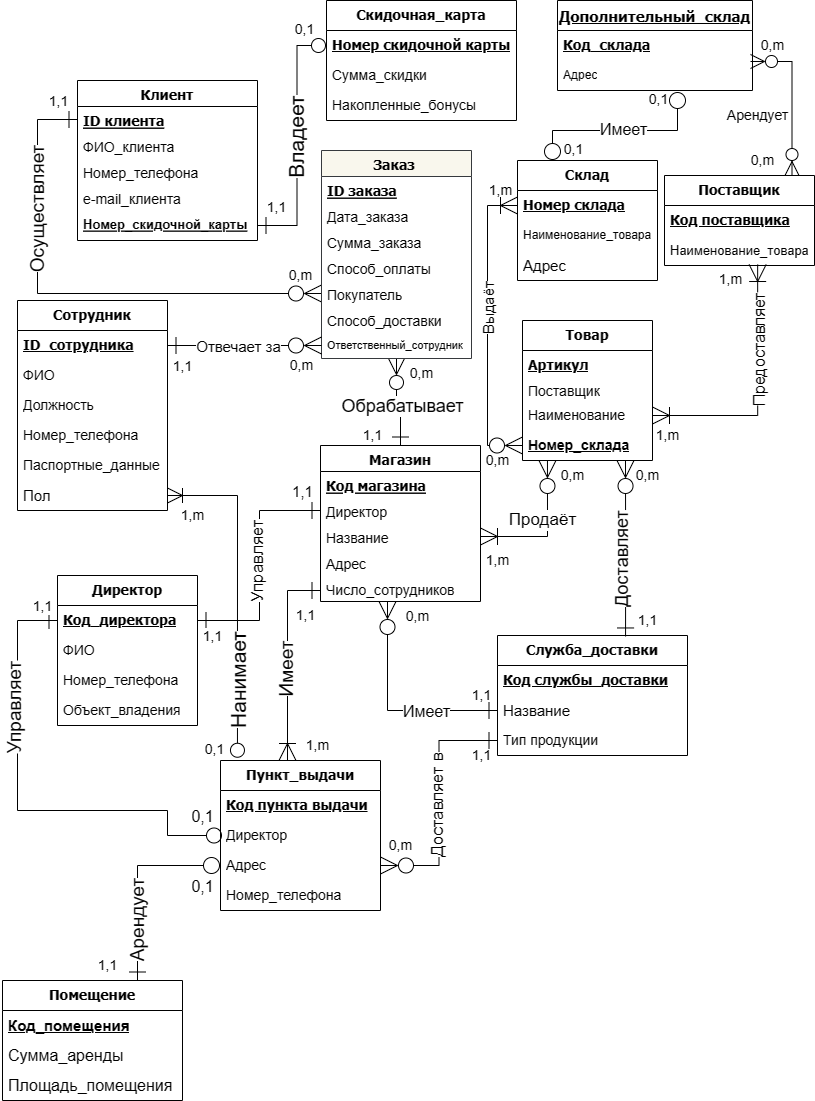
Earlier version of the draw.io export д1.png (danielsteblev/Tasks). Source tidied: cells renumbered, new cells last; positions are measured from the earlier drawing's top-left corner, leaving out a move shared by most shapes.
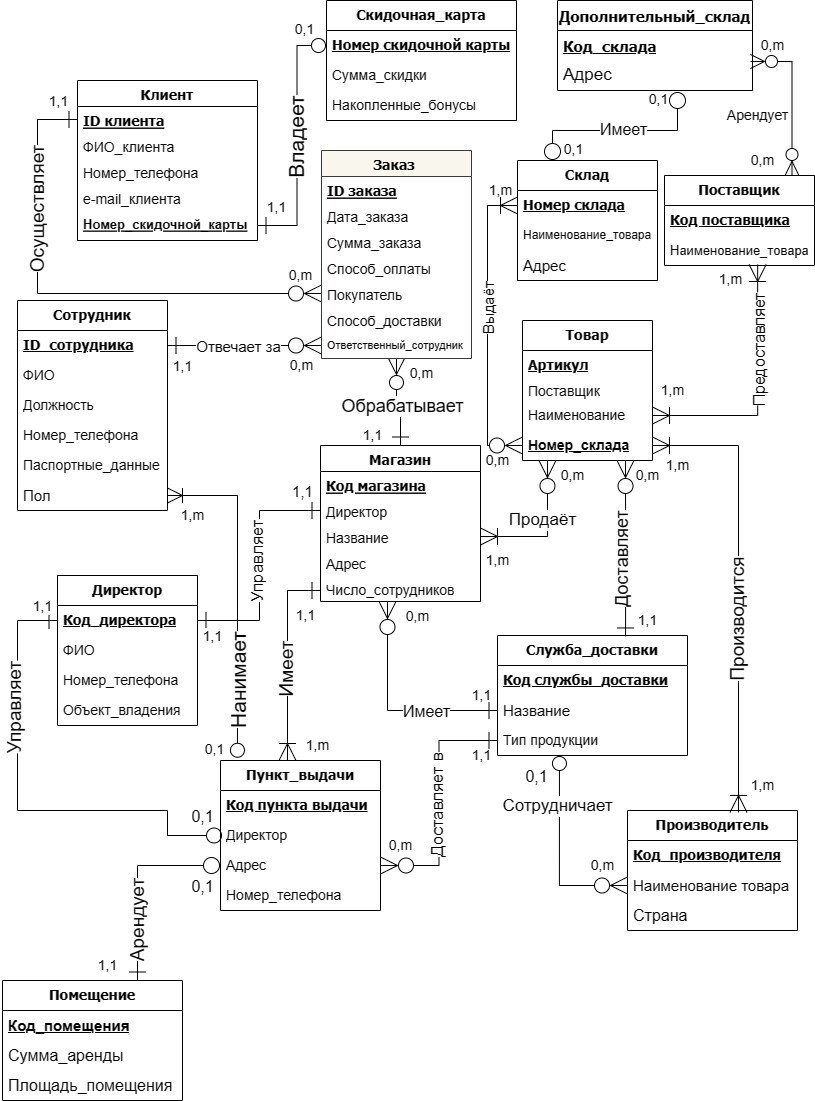
Later version of the same file.

Change to the diagram source:
```diff
@@ -176,7 +176,7 @@
       </mxGeometry>
     </mxCell>
     <mxCell id="51" value="1,m" style="text;html=1;align=center;verticalAlign=middle;strokeColor=none;fillColor=none;fontSize=14;" parent="1" vertex="1">
-      <mxGeometry x="640" y="420" width="50" height="30" as="geometry" />
+      <mxGeometry x="645" y="375" width="50" height="30" as="geometry" />
     </mxCell>
     <mxCell id="52" value="Сотрудник" style="swimlane;fontStyle=1;horizontal=1;startSize=30;whiteSpace=wrap;html=1;fontSize=14;fontFamily=Tahoma;" parent="1" vertex="1">
       <mxGeometry x="15" y="300" width="150" height="210" as="geometry" />
@@ -441,13 +441,13 @@
     <mxCell id="119" value="1,1" style="text;html=1;align=center;verticalAlign=middle;strokeColor=none;fillColor=none;fontSize=14;" parent="1" vertex="1">
       <mxGeometry x="85" y="950" width="40" height="30" as="geometry" />
     </mxCell>
-    <mxCell id="120" value="Дополнительный_склад" style="swimlane;fontStyle=5;horizontal=1;startSize=30;whiteSpace=wrap;html=1;strokeWidth=1;fontSize=15;fontFamily=Tahoma;" parent="1" vertex="1">
+    <mxCell id="120" value="Дополнительный_склад" style="swimlane;fontStyle=1;horizontal=1;startSize=30;whiteSpace=wrap;html=1;strokeWidth=1;fontSize=15;fontFamily=Tahoma;" parent="1" vertex="1">
       <mxGeometry x="555" width="195" height="90" as="geometry" />
     </mxCell>
-    <mxCell id="121" value="Код_склада" style="text;strokeColor=none;fillColor=none;align=left;verticalAlign=middle;spacingLeft=4;spacingRight=4;overflow=hidden;whiteSpace=wrap;html=1;fontStyle=5;fontFamily=Tahoma;fontSize=14;" parent="120" vertex="1">
+    <mxCell id="121" value="Код_склада" style="text;strokeColor=none;fillColor=none;align=left;verticalAlign=middle;spacingLeft=4;spacingRight=4;overflow=hidden;whiteSpace=wrap;html=1;fontStyle=5;fontFamily=Tahoma;fontSize=15;" parent="120" vertex="1">
       <mxGeometry y="30" width="195" height="30" as="geometry" />
     </mxCell>
-    <mxCell id="122" value="Адрес" style="text;strokeColor=none;fillColor=none;align=left;verticalAlign=middle;spacingLeft=4;spacingRight=4;overflow=hidden;whiteSpace=wrap;html=1;" parent="120" vertex="1">
+    <mxCell id="122" value="Адрес" style="text;strokeColor=none;fillColor=none;align=left;verticalAlign=middle;spacingLeft=4;spacingRight=4;overflow=hidden;whiteSpace=wrap;html=1;fontSize=17;" parent="120" vertex="1">
       <mxGeometry y="60" width="195" height="30" as="geometry" />
     </mxCell>
     <mxCell id="123" style="edgeStyle=orthogonalEdgeStyle;rounded=0;jettySize=auto;html=1;endSize=7;targetPerimeterSpacing=16;endArrow=circle;endFill=0;startArrow=oval;startFill=0;startSize=16;entryX=0.25;entryY=0;entryDx=0;entryDy=0;" parent="1" edge="1" target="38">
@@ -499,5 +499,47 @@
     <mxCell id="133" value="1,m&lt;br style=&quot;font-size: 14px;&quot;&gt;" style="text;html=1;align=center;verticalAlign=middle;strokeColor=none;fillColor=none;fontSize=14;" parent="1" vertex="1">
       <mxGeometry x="165" y="500" width="50" height="30" as="geometry" />
     </mxCell>
+    <mxCell id="134" value="&lt;b&gt;&lt;font face=&quot;Tahoma&quot; style=&quot;font-size: 14px;&quot;&gt;Производитель&lt;/font&gt;&lt;/b&gt;" style="swimlane;fontStyle=0;horizontal=1;startSize=30;whiteSpace=wrap;html=1;" parent="1" vertex="1">
+      <mxGeometry x="625" y="810" width="170" height="120" as="geometry" />
+    </mxCell>
+    <mxCell id="135" value="Код_производителя" style="text;strokeColor=none;fillColor=none;align=left;verticalAlign=middle;spacingLeft=4;spacingRight=4;overflow=hidden;whiteSpace=wrap;html=1;fontSize=14;fontFamily=Tahoma;fontStyle=5;" parent="134" vertex="1">
+      <mxGeometry y="30" width="170" height="30" as="geometry" />
+    </mxCell>
+    <mxCell id="136" value="Наименование товара" style="text;strokeColor=none;fillColor=none;align=left;verticalAlign=middle;spacingLeft=4;spacingRight=4;overflow=hidden;points=[[0,0.5],[1,0.5]];portConstraint=eastwest;whiteSpace=wrap;html=1;fontSize=15;" parent="134" vertex="1">
+      <mxGeometry y="60" width="170" height="30" as="geometry" />
+    </mxCell>
+    <mxCell id="137" value="Страна" style="text;strokeColor=none;fillColor=none;align=left;verticalAlign=middle;spacingLeft=4;spacingRight=4;overflow=hidden;whiteSpace=wrap;html=1;fontSize=16;" parent="134" vertex="1">
+      <mxGeometry y="90" width="170" height="30" as="geometry" />
+    </mxCell>
+    <mxCell id="138" style="edgeStyle=orthogonalEdgeStyle;rounded=0;jettySize=auto;html=1;exitX=1;exitY=0.5;exitDx=0;exitDy=0;entryX=0.653;entryY=0.016;entryDx=0;entryDy=0;entryPerimeter=0;endSize=15;startSize=15;endArrow=ERoneToMany;endFill=0;startArrow=ERoneToMany;startFill=0;" parent="1" edge="1" source="34" target="134">
+      <mxGeometry relative="1" as="geometry" />
+    </mxCell>
+    <mxCell id="139" value="Производится" style="edgeLabel;html=1;align=center;verticalAlign=middle;fontSize=19;rotation=270;" parent="138" vertex="1">
+      <mxGeometry x="0.56" y="-3" relative="1" as="geometry">
+        <mxPoint x="2" y="-93" as="offset" />
+      </mxGeometry>
+    </mxCell>
+    <mxCell id="140" value="1,m" style="text;html=1;align=center;verticalAlign=middle;strokeColor=none;fillColor=none;fontSize=14;" parent="1" vertex="1">
+      <mxGeometry x="650" y="450" width="50" height="30" as="geometry" />
+    </mxCell>
+    <mxCell id="141" value="1,m" style="text;html=1;align=center;verticalAlign=middle;strokeColor=none;fillColor=none;fontSize=14;" parent="1" vertex="1">
+      <mxGeometry x="735" y="770" width="50" height="30" as="geometry" />
+    </mxCell>
+    <mxCell id="142" style="edgeStyle=orthogonalEdgeStyle;rounded=0;jettySize=auto;html=1;exitX=0;exitY=0.5;exitDx=0;exitDy=0;entryX=0.326;entryY=1;entryDx=0;entryDy=0;entryPerimeter=0;endSize=6;startSize=15;endArrow=circle;endFill=0;startArrow=ERzeroToMany;startFill=0;fontSize=15;" parent="1" edge="1" source="136" target="85">
+      <mxGeometry relative="1" as="geometry" />
+    </mxCell>
+    <mxCell id="143" value="Cотрудничает" style="edgeLabel;html=1;align=center;verticalAlign=middle;fontSize=17;" parent="142" vertex="1">
+      <mxGeometry x="0.3" y="-1" relative="1" as="geometry">
+        <mxPoint x="-3" y="-19" as="offset" />
+      </mxGeometry>
+    </mxCell>
+    <mxCell id="144" value="0,1" style="edgeLabel;html=1;align=center;verticalAlign=middle;fontSize=16;" parent="1" vertex="1">
+      <mxGeometry x="499" y="720" as="geometry">
+        <mxPoint x="34" y="55" as="offset" />
+      </mxGeometry>
+    </mxCell>
+    <mxCell id="145" value="0,m&lt;br style=&quot;font-size: 14px;&quot;&gt;" style="text;html=1;align=center;verticalAlign=middle;strokeColor=none;fillColor=none;fontSize=14;" parent="1" vertex="1">
+      <mxGeometry x="575" y="850" width="50" height="30" as="geometry" />
+    </mxCell>
   </root>
 </mxGraphModel>
```
